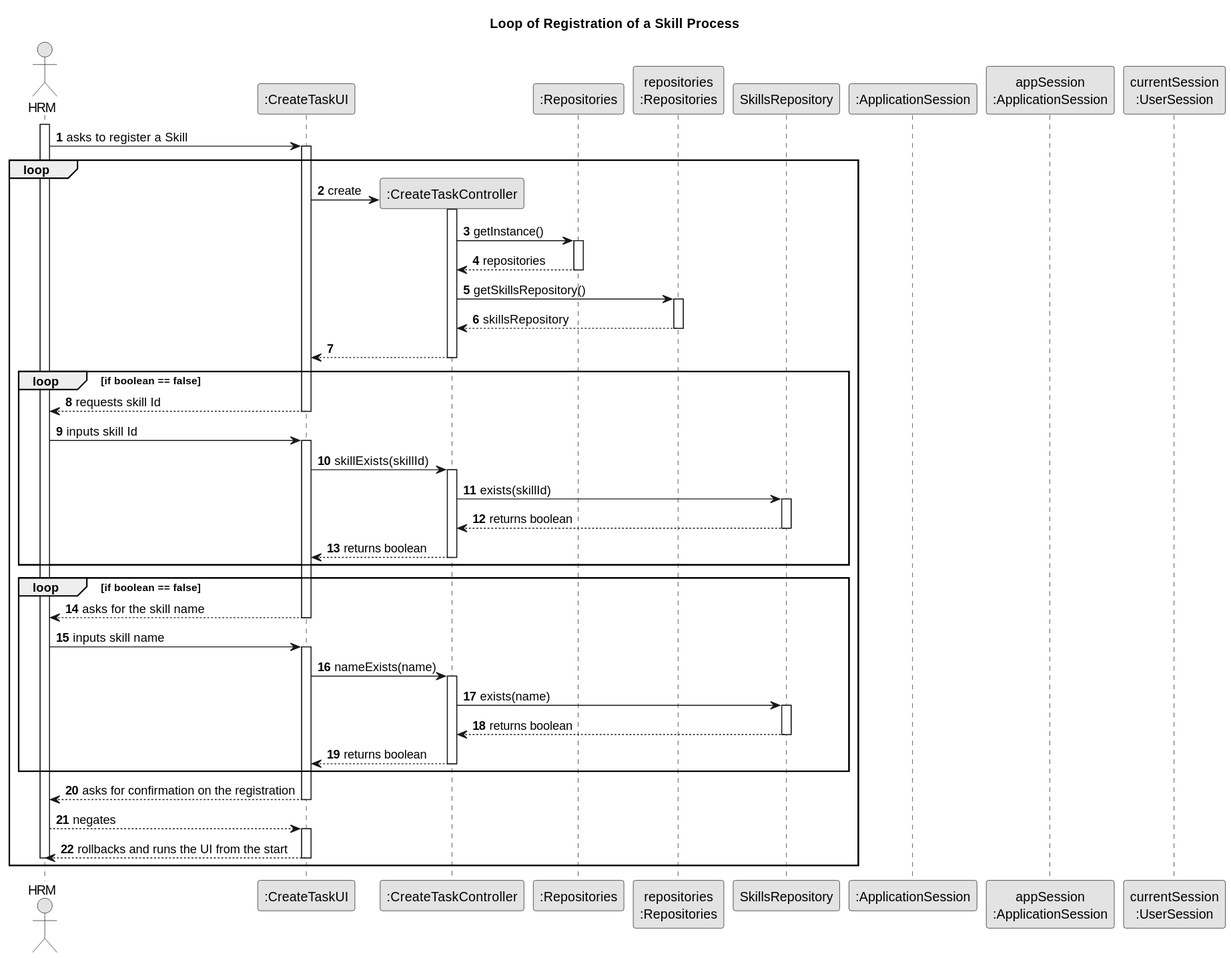
Above: docs/sprintC/us001/03.design/svg/us001-sequence-diagram-full-alt2.svg in rpedros02/lei-24-s2-1DL-g08 (PlantUML), before the change.
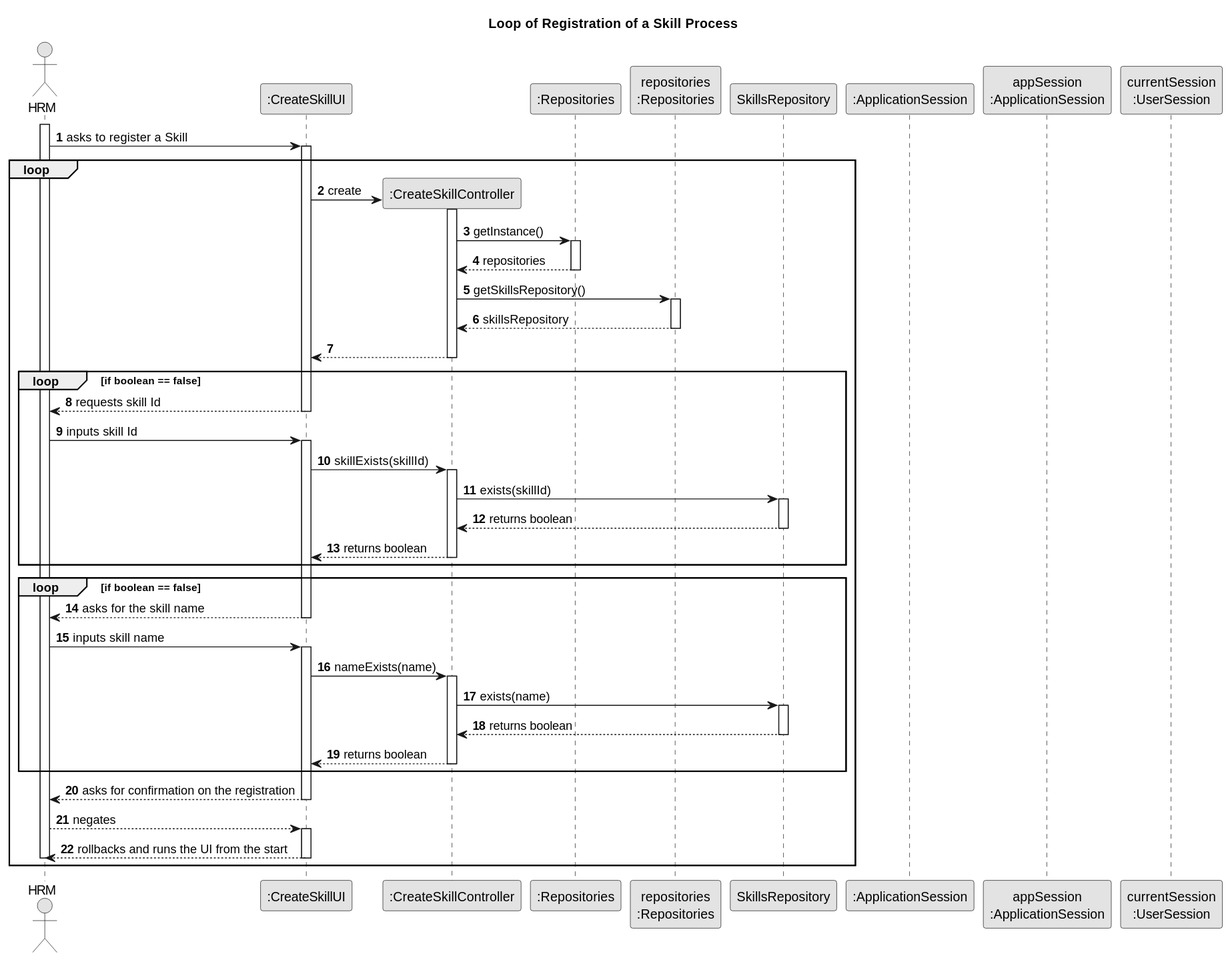
Above is the later version.

The edit, as a diff of the source:
```diff
@@ -6,8 +6,8 @@
 autonumber
 
 actor "HRM" as ADM
-participant ":CreateTaskUI" as UI
-participant ":CreateTaskController" as CTRL
+participant ":CreateSkillUI" as UI
+participant ":CreateSkillController" as CTRL
 participant ":Repositories" as RepositorySingleton
 participant "repositories\n:Repositories" as PLAT
 participant "SkillsRepository" as REP
```
